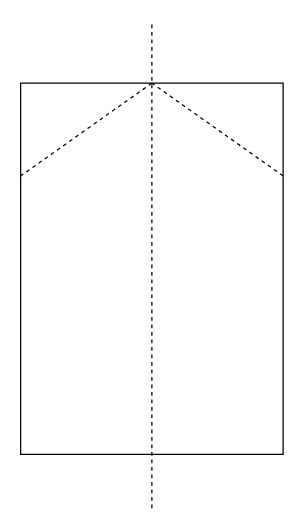
The draw.io diagram Step2.drawio in 3TUSK/PaperPlaneExp, before the edit. Source tidied: cells renumbered, new cells numbered last; positions are measured from the earlier drawing's top-left corner, leaving out a move shared by most shapes. Both pictures are drawn from the tidied source at 125%, with x=0, y=0 at pixel (20, 20).
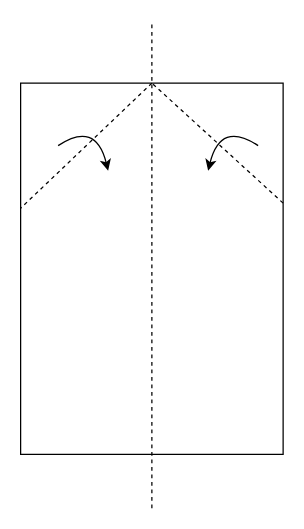
Above is the later version.

Diff of the diagram source:
```diff
@@
 <mxGraphModel>
   <root>
     <mxCell id="0" />
     <mxCell id="1" parent="0" />
     <mxCell id="2" style="rounded=0;whiteSpace=wrap;html=1;" parent="1" vertex="1">
       <mxGeometry y="50" width="210" height="297" as="geometry" />
     </mxCell>
     <mxCell id="3" style="endArrow=none;dashed=1;html=1;" parent="1" edge="1">
       <mxGeometry relative="1" as="geometry">
         <mxPoint x="105" y="390" as="sourcePoint" />
         <mxPoint x="105" as="targetPoint" />
       </mxGeometry>
     </mxCell>
-    <mxCell id="4" style="endArrow=none;dashed=1;html=1;exitX=1;exitY=0.25;exitDx=0;exitDy=0;" parent="1" edge="1" source="2">
+    <mxCell id="4" style="endArrow=none;dashed=1;html=1;" parent="1" edge="1">
       <mxGeometry relative="1" as="geometry">
+        <mxPoint x="210" y="146" as="sourcePoint" />
         <mxPoint x="105" y="50" as="targetPoint" />
       </mxGeometry>
     </mxCell>
-    <mxCell id="5" style="endArrow=none;dashed=1;html=1;entryX=0;entryY=0.25;entryDx=0;entryDy=0;" parent="1" edge="1" target="2">
+    <mxCell id="5" style="endArrow=none;dashed=1;html=1;entryX=0;entryY=0.337;entryDx=0;entryDy=0;entryPerimeter=0;" parent="1" edge="1" target="2">
       <mxGeometry relative="1" as="geometry">
         <mxPoint x="105" y="50" as="sourcePoint" />
       </mxGeometry>
     </mxCell>
+    <mxCell id="6" style="curved=1;endArrow=classic;html=1;" parent="1" edge="1">
+      <mxGeometry relative="1" as="geometry">
+        <mxPoint x="30" y="100" as="sourcePoint" />
+        <mxPoint x="70" y="120" as="targetPoint" />
+        <Array as="points">
+          <mxPoint x="60" y="80" />
+        </Array>
+      </mxGeometry>
+    </mxCell>
+    <mxCell id="7" style="curved=1;endArrow=classic;html=1;" parent="1" edge="1">
+      <mxGeometry relative="1" as="geometry">
+        <mxPoint x="190" y="100" as="sourcePoint" />
+        <mxPoint x="150" y="120" as="targetPoint" />
+        <Array as="points">
+          <mxPoint x="160" y="80" />
+        </Array>
+      </mxGeometry>
+    </mxCell>
   </root>
 </mxGraphModel>
```
